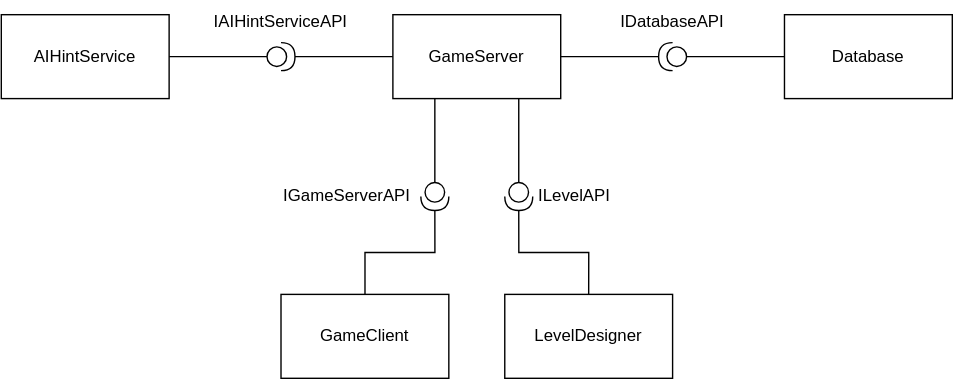
Earlier version of the draw.io export doc/_static/component_diagram.svg (feegeer/swa-sokoban). Source tidied: cells renumbered, new cells last; positions are measured from the earlier drawing's top-left corner, leaving out a move shared by most shapes. Source of this version:
```xml
<mxGraphModel>
  <root>
    <mxCell id="0" />
    <mxCell id="1" parent="0" />
    <mxCell id="2" value="GameServer" style="rounded=0;whiteSpace=wrap;html=1;" parent="1" vertex="1">
      <mxGeometry x="280" y="10" width="120" height="60" as="geometry" />
    </mxCell>
    <mxCell id="3" value="ILevelAPI" style="text;html=1;whiteSpace=wrap;strokeColor=none;fillColor=none;align=center;verticalAlign=middle;rounded=0;" parent="1" vertex="1">
      <mxGeometry x="380" y="125" width="60" height="30" as="geometry" />
    </mxCell>
    <mxCell id="4" value="AIHintService" style="rounded=0;whiteSpace=wrap;html=1;" parent="1" vertex="1">
      <mxGeometry y="10" width="120" height="60" as="geometry" />
    </mxCell>
    <mxCell id="5" style="edgeStyle=orthogonalEdgeStyle;rounded=0;jettySize=auto;html=1;exitX=1;exitY=0.5;exitDx=0;exitDy=0;exitPerimeter=0;endArrow=none;endFill=0;" parent="1" edge="1" source="6" target="2">
      <mxGeometry relative="1" as="geometry" />
    </mxCell>
    <mxCell id="6" style="shape=providedRequiredInterface;html=1;verticalLabelPosition=bottom;sketch=0;" parent="1" vertex="1">
      <mxGeometry x="190" y="30" width="20" height="20" as="geometry" />
    </mxCell>
    <mxCell id="7" value="IAIHintServiceAPI" style="text;html=1;whiteSpace=wrap;strokeColor=none;fillColor=none;align=center;verticalAlign=middle;rounded=0;" parent="1" vertex="1">
      <mxGeometry x="170" width="60" height="30" as="geometry" />
    </mxCell>
    <mxCell id="8" style="edgeStyle=orthogonalEdgeStyle;rounded=0;jettySize=auto;html=1;entryX=0;entryY=0.5;entryDx=0;entryDy=0;entryPerimeter=0;endArrow=none;endFill=0;" parent="1" edge="1" source="4" target="6">
      <mxGeometry relative="1" as="geometry" />
    </mxCell>
    <mxCell id="9" style="edgeStyle=orthogonalEdgeStyle;rounded=0;jettySize=auto;html=1;exitX=1;exitY=0.5;exitDx=0;exitDy=0;exitPerimeter=0;endArrow=none;endFill=0;" parent="1" edge="1" source="19" target="11">
      <mxGeometry relative="1" as="geometry" />
    </mxCell>
    <mxCell id="10" value="IGameServerAPI" style="text;html=1;whiteSpace=wrap;strokeColor=none;fillColor=none;align=left;verticalAlign=middle;rounded=0;" parent="1" vertex="1">
      <mxGeometry x="200" y="125" width="60" height="30" as="geometry" />
    </mxCell>
    <mxCell id="11" value="GameClient" style="rounded=0;whiteSpace=wrap;html=1;" parent="1" vertex="1">
      <mxGeometry x="200" y="210" width="120" height="60" as="geometry" />
    </mxCell>
    <mxCell id="12" value="LevelDesigner" style="rounded=0;whiteSpace=wrap;html=1;" parent="1" vertex="1">
      <mxGeometry x="360" y="210" width="120" height="60" as="geometry" />
    </mxCell>
    <mxCell id="13" value="Database" style="rounded=0;whiteSpace=wrap;html=1;" parent="1" vertex="1">
      <mxGeometry x="560" y="10" width="120" height="60" as="geometry" />
    </mxCell>
    <mxCell id="14" style="edgeStyle=orthogonalEdgeStyle;rounded=0;jettySize=auto;html=1;endArrow=none;endFill=0;" parent="1" edge="1" source="16" target="13">
      <mxGeometry relative="1" as="geometry" />
    </mxCell>
    <mxCell id="15" style="edgeStyle=orthogonalEdgeStyle;rounded=0;jettySize=auto;html=1;entryX=1;entryY=0.5;entryDx=0;entryDy=0;endArrow=none;endFill=0;" parent="1" edge="1" source="16" target="2">
      <mxGeometry relative="1" as="geometry" />
    </mxCell>
    <mxCell id="16" style="shape=providedRequiredInterface;html=1;verticalLabelPosition=bottom;sketch=0;rotation=-180;" parent="1" vertex="1">
      <mxGeometry x="470" y="30" width="20" height="20" as="geometry" />
    </mxCell>
    <mxCell id="17" value="IDatabaseAPI" style="text;html=1;whiteSpace=wrap;strokeColor=none;fillColor=none;align=center;verticalAlign=middle;rounded=0;" parent="1" vertex="1">
      <mxGeometry x="450" width="60" height="30" as="geometry" />
    </mxCell>
    <mxCell id="18" style="edgeStyle=orthogonalEdgeStyle;rounded=0;jettySize=auto;html=1;exitX=0.25;exitY=1;exitDx=0;exitDy=0;endArrow=none;endFill=0;entryX=0;entryY=0.5;entryDx=0;entryDy=0;entryPerimeter=0;" parent="1" edge="1" source="2" target="19">
      <mxGeometry relative="1" as="geometry" />
    </mxCell>
    <mxCell id="19" style="shape=providedRequiredInterface;html=1;verticalLabelPosition=bottom;sketch=0;rotation=90;" parent="1" vertex="1">
      <mxGeometry x="300" y="130" width="20" height="20" as="geometry" />
    </mxCell>
    <mxCell id="20" style="edgeStyle=orthogonalEdgeStyle;rounded=0;jettySize=auto;html=1;endArrow=none;endFill=0;entryX=0;entryY=0.5;entryDx=0;entryDy=0;entryPerimeter=0;" parent="1" edge="1" target="21">
      <mxGeometry relative="1" as="geometry">
        <mxPoint x="370" y="70" as="sourcePoint" />
      </mxGeometry>
    </mxCell>
    <mxCell id="21" style="shape=providedRequiredInterface;html=1;verticalLabelPosition=bottom;sketch=0;rotation=90;" parent="1" vertex="1">
      <mxGeometry x="360" y="130" width="20" height="20" as="geometry" />
    </mxCell>
    <mxCell id="22" style="edgeStyle=orthogonalEdgeStyle;rounded=0;jettySize=auto;html=1;exitX=1;exitY=0.5;exitDx=0;exitDy=0;exitPerimeter=0;endArrow=none;endFill=0;entryX=0.5;entryY=0;entryDx=0;entryDy=0;" parent="1" edge="1" source="21" target="12">
      <mxGeometry relative="1" as="geometry" />
    </mxCell>
  </root>
</mxGraphModel>
```
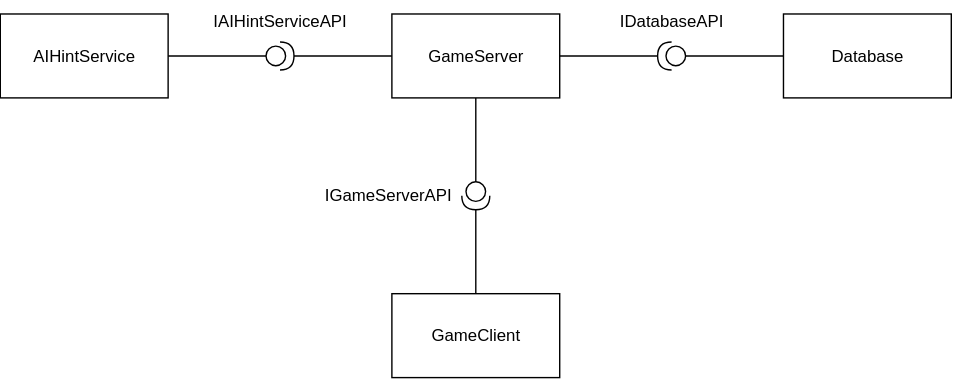
After the commit.

What changed in the source:
```diff
@@ -5,9 +5,6 @@
     <mxCell id="2" value="GameServer" style="rounded=0;whiteSpace=wrap;html=1;" parent="1" vertex="1">
       <mxGeometry x="280" y="10" width="120" height="60" as="geometry" />
     </mxCell>
-    <mxCell id="3" value="ILevelAPI" style="text;html=1;whiteSpace=wrap;strokeColor=none;fillColor=none;align=center;verticalAlign=middle;rounded=0;" parent="1" vertex="1">
-      <mxGeometry x="380" y="125" width="60" height="30" as="geometry" />
-    </mxCell>
     <mxCell id="4" value="AIHintService" style="rounded=0;whiteSpace=wrap;html=1;" parent="1" vertex="1">
       <mxGeometry y="10" width="120" height="60" as="geometry" />
     </mxCell>
@@ -27,14 +24,11 @@
       <mxGeometry relative="1" as="geometry" />
     </mxCell>
     <mxCell id="10" value="IGameServerAPI" style="text;html=1;whiteSpace=wrap;strokeColor=none;fillColor=none;align=left;verticalAlign=middle;rounded=0;" parent="1" vertex="1">
-      <mxGeometry x="200" y="125" width="60" height="30" as="geometry" />
+      <mxGeometry x="230" y="125" width="60" height="30" as="geometry" />
     </mxCell>
     <mxCell id="11" value="GameClient" style="rounded=0;whiteSpace=wrap;html=1;" parent="1" vertex="1">
-      <mxGeometry x="200" y="210" width="120" height="60" as="geometry" />
+      <mxGeometry x="280" y="210" width="120" height="60" as="geometry" />
     </mxCell>
-    <mxCell id="12" value="LevelDesigner" style="rounded=0;whiteSpace=wrap;html=1;" parent="1" vertex="1">
-      <mxGeometry x="360" y="210" width="120" height="60" as="geometry" />
-    </mxCell>
     <mxCell id="13" value="Database" style="rounded=0;whiteSpace=wrap;html=1;" parent="1" vertex="1">
       <mxGeometry x="560" y="10" width="120" height="60" as="geometry" />
     </mxCell>
@@ -50,22 +44,13 @@
     <mxCell id="17" value="IDatabaseAPI" style="text;html=1;whiteSpace=wrap;strokeColor=none;fillColor=none;align=center;verticalAlign=middle;rounded=0;" parent="1" vertex="1">
       <mxGeometry x="450" width="60" height="30" as="geometry" />
     </mxCell>
-    <mxCell id="18" style="edgeStyle=orthogonalEdgeStyle;rounded=0;jettySize=auto;html=1;exitX=0.25;exitY=1;exitDx=0;exitDy=0;endArrow=none;endFill=0;entryX=0;entryY=0.5;entryDx=0;entryDy=0;entryPerimeter=0;" parent="1" edge="1" source="2" target="19">
-      <mxGeometry relative="1" as="geometry" />
+    <mxCell id="18" style="edgeStyle=orthogonalEdgeStyle;rounded=0;jettySize=auto;html=1;exitX=0.25;exitY=1;exitDx=0;exitDy=0;endArrow=none;endFill=0;entryX=0;entryY=0.5;entryDx=0;entryDy=0;entryPerimeter=0;" parent="1" edge="1" target="19">
+      <mxGeometry relative="1" as="geometry">
+        <mxPoint x="340" y="70" as="sourcePoint" />
+      </mxGeometry>
     </mxCell>
     <mxCell id="19" style="shape=providedRequiredInterface;html=1;verticalLabelPosition=bottom;sketch=0;rotation=90;" parent="1" vertex="1">
-      <mxGeometry x="300" y="130" width="20" height="20" as="geometry" />
+      <mxGeometry x="330" y="130" width="20" height="20" as="geometry" />
     </mxCell>
-    <mxCell id="20" style="edgeStyle=orthogonalEdgeStyle;rounded=0;jettySize=auto;html=1;endArrow=none;endFill=0;entryX=0;entryY=0.5;entryDx=0;entryDy=0;entryPerimeter=0;" parent="1" edge="1" target="21">
-      <mxGeometry relative="1" as="geometry">
-        <mxPoint x="370" y="70" as="sourcePoint" />
-      </mxGeometry>
-    </mxCell>
-    <mxCell id="21" style="shape=providedRequiredInterface;html=1;verticalLabelPosition=bottom;sketch=0;rotation=90;" parent="1" vertex="1">
-      <mxGeometry x="360" y="130" width="20" height="20" as="geometry" />
-    </mxCell>
-    <mxCell id="22" style="edgeStyle=orthogonalEdgeStyle;rounded=0;jettySize=auto;html=1;exitX=1;exitY=0.5;exitDx=0;exitDy=0;exitPerimeter=0;endArrow=none;endFill=0;entryX=0.5;entryY=0;entryDx=0;entryDy=0;" parent="1" edge="1" source="21" target="12">
-      <mxGeometry relative="1" as="geometry" />
-    </mxCell>
   </root>
 </mxGraphModel>
```
